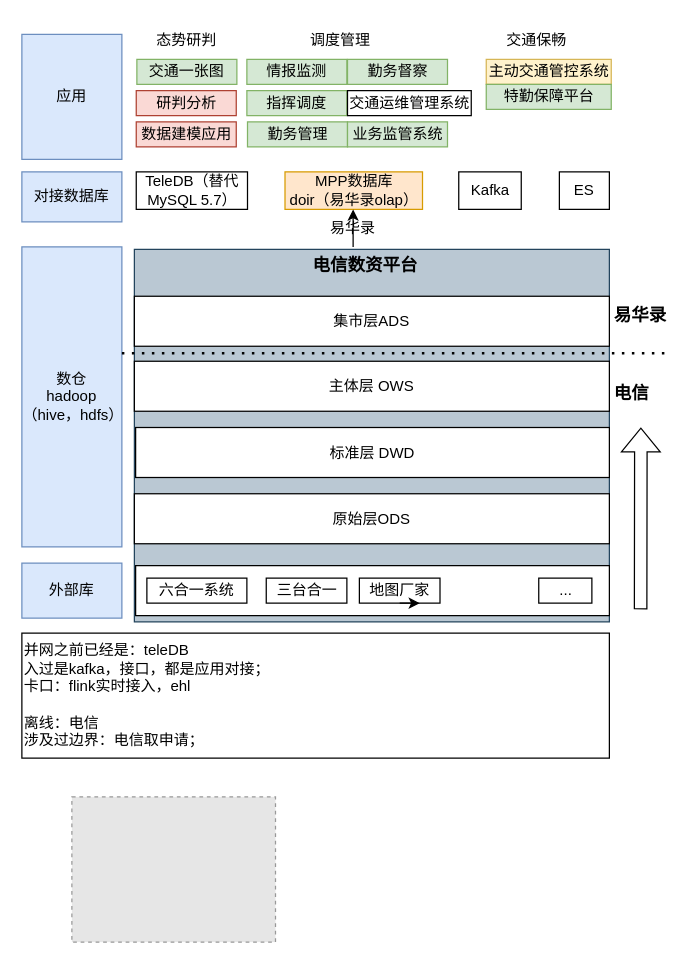
Above: 邵阳架构.drawio in bj-ehualu/drawio (draw.io), before the change. Source tidied: cells renumbered, new cells numbered last; positions are measured from the earlier drawing's top-left corner, leaving out a move shared by most shapes. Both pictures are drawn from the tidied source at 125%, with x=0, y=0 at pixel (21, 21). Pictures stored in the file or linked from it are replaced by grey dashed boxes.
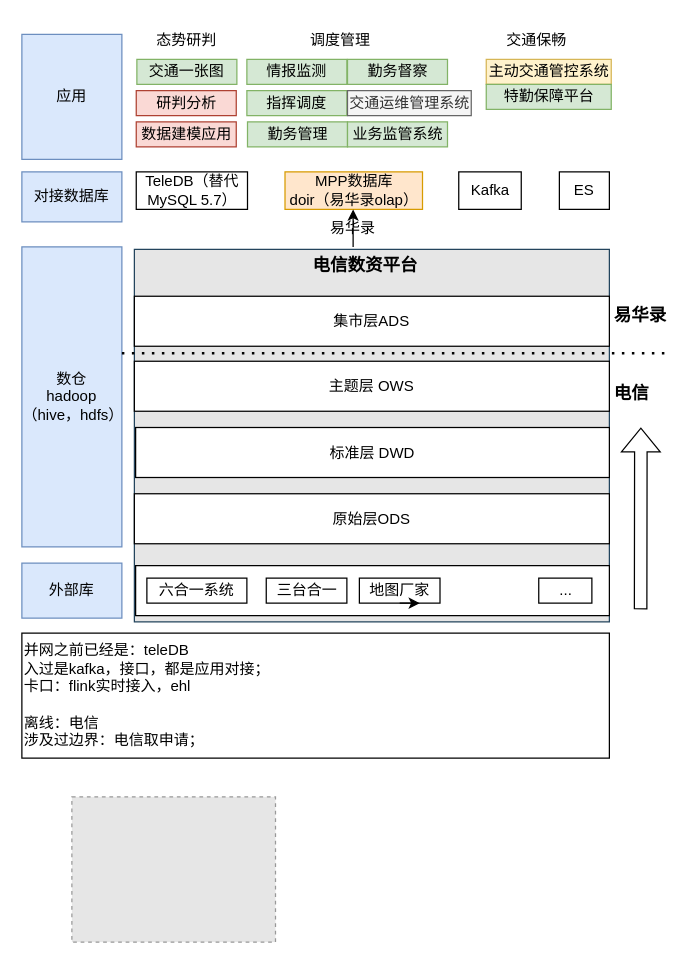
After the change.

Commit message (it also covers changes not shown here):
更新邵阳架构.drawio

Change to the diagram source:
```diff
@@
-    <mxCell id="6" style="rounded=0;whiteSpace=wrap;html=1;fillColor=#bac8d3;strokeColor=#23445d;" parent="1" vertex="1">
+    <mxCell id="6" style="rounded=0;whiteSpace=wrap;html=1;fillColor=#E6E6E6;strokeColor=#23445d;" parent="1" vertex="1">
       <mxGeometry x="90" y="182" width="380" height="298" as="geometry" />
     </mxCell>
@@
-    <mxCell id="14" value="主体层 OWS" style="rounded=0;whiteSpace=wrap;html=1;" parent="1" vertex="1">
+    <mxCell id="14" value="主题层 OWS" style="rounded=0;whiteSpace=wrap;html=1;" parent="1" vertex="1">
       <mxGeometry x="90" y="271.5" width="380" height="40" as="geometry" />
     </mxCell>
@@
-    <mxCell id="33" value="交通运维管理系统" style="rounded=0;whiteSpace=wrap;html=1;" parent="1" vertex="1">
+    <mxCell id="33" value="交通运维管理系统" style="rounded=0;whiteSpace=wrap;html=1;fillColor=#f5f5f5;fontColor=#333333;strokeColor=#666666;" parent="1" vertex="1">
       <mxGeometry x="260.5" y="55" width="99" height="20" as="geometry" />
     </mxCell>
```
